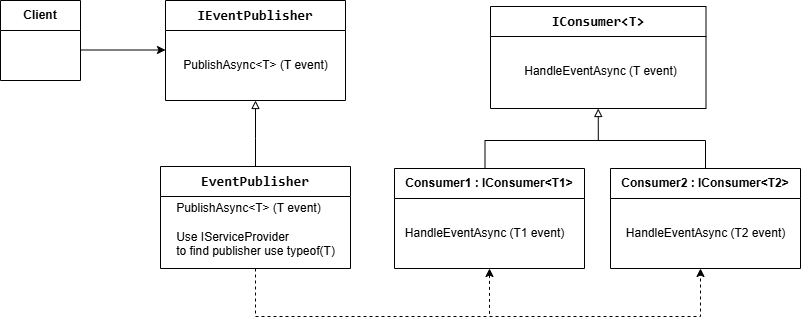
hoanganh1029/AVH.DesignPattern keeps this draw.io diagram as images/Observer.png. Above is the earlier version. Source tidied: cells renumbered, new cells last; positions are measured from the earlier drawing's top-left corner, leaving out a move shared by most shapes. Its diagram source:
```xml
<mxGraphModel>
  <root>
    <mxCell id="0" />
    <mxCell id="1" parent="0" />
    <mxCell id="2" value="&lt;div style=&quot;font-family: Consolas, &amp;quot;Courier New&amp;quot;, monospace; font-size: 14px; line-height: 19px; white-space: pre;&quot;&gt;IConsumer&amp;lt;T&amp;gt;&lt;/div&gt;" style="swimlane;whiteSpace=wrap;html=1;startSize=30;swimlaneFillColor=none;fontColor=default;labelBackgroundColor=none;" parent="1" vertex="1">
      <mxGeometry x="490" y="6" width="215.5" height="102" as="geometry" />
    </mxCell>
    <mxCell id="3" value="HandleEventAsync (T event&lt;span style=&quot;background-color: initial;&quot;&gt;)&lt;/span&gt;" style="text;html=1;align=center;verticalAlign=middle;strokeColor=none;fillColor=none;" parent="2" vertex="1">
      <mxGeometry x="20" y="50" width="180" height="30" as="geometry" />
    </mxCell>
    <mxCell id="4" value="&lt;div style=&quot;font-family: Consolas, &amp;quot;Courier New&amp;quot;, monospace; font-size: 14px; line-height: 19px; white-space: pre;&quot;&gt;IEvent&lt;span style=&quot;background-color: initial;&quot;&gt;Publisher&lt;/span&gt;&lt;/div&gt;" style="swimlane;whiteSpace=wrap;html=1;startSize=30;swimlaneFillColor=none;fontColor=default;labelBackgroundColor=none;" parent="1" vertex="1">
      <mxGeometry x="165" width="180" height="100" as="geometry" />
    </mxCell>
    <mxCell id="5" value="PublishAsync&amp;lt;T&amp;gt; (T event)" style="text;html=1;align=center;verticalAlign=middle;strokeColor=none;fillColor=none;" parent="4" vertex="1">
      <mxGeometry x="5" y="50" width="170" height="30" as="geometry" />
    </mxCell>
    <mxCell id="6" style="edgeStyle=orthogonalEdgeStyle;rounded=0;jettySize=auto;html=1;dashed=1;exitX=0.5;exitY=1;exitDx=0;exitDy=0;" parent="1" edge="1" source="7">
      <mxGeometry relative="1" as="geometry">
        <mxPoint x="700" y="268" as="targetPoint" />
        <Array as="points">
          <mxPoint x="255" y="316" />
          <mxPoint x="700" y="316" />
        </Array>
      </mxGeometry>
    </mxCell>
    <mxCell id="7" value="&lt;div style=&quot;font-family: Consolas, &amp;quot;Courier New&amp;quot;, monospace; font-size: 14px; line-height: 19px; white-space: pre;&quot;&gt;&lt;span style=&quot;background-color: initial;&quot;&gt;Event&lt;/span&gt;&lt;span style=&quot;background-color: initial;&quot;&gt;Publisher&lt;/span&gt;&lt;/div&gt;" style="swimlane;whiteSpace=wrap;html=1;startSize=30;swimlaneFillColor=none;fontColor=default;labelBackgroundColor=none;" parent="1" vertex="1">
      <mxGeometry x="160" y="166" width="190" height="102" as="geometry" />
    </mxCell>
    <mxCell id="8" value="&lt;div style=&quot;text-align: left;&quot;&gt;&lt;span style=&quot;background-color: initial; text-align: center;&quot;&gt;PublishAsync&amp;lt;T&amp;gt; (T event)&lt;/span&gt;&lt;/div&gt;&lt;div style=&quot;text-align: left;&quot;&gt;&lt;div&gt;&lt;span style=&quot;background-color: initial;&quot;&gt;&lt;br&gt;&lt;/span&gt;&lt;/div&gt;&lt;div&gt;&lt;span style=&quot;background-color: initial;&quot;&gt;Use IServiceProvider&amp;nbsp;&lt;/span&gt;&lt;/div&gt;&lt;div&gt;to find publisher use typeof(T)&lt;/div&gt;&lt;/div&gt;" style="text;html=1;align=center;verticalAlign=middle;strokeColor=none;fillColor=none;" parent="7" vertex="1">
      <mxGeometry x="5" y="28" width="180" height="70" as="geometry" />
    </mxCell>
    <mxCell id="9" style="edgeStyle=orthogonalEdgeStyle;rounded=0;jettySize=auto;html=1;endArrow=block;endFill=0;exitX=0.5;exitY=0;exitDx=0;exitDy=0;entryX=0.5;entryY=1;entryDx=0;entryDy=0;" parent="1" edge="1" source="7" target="4">
      <mxGeometry relative="1" as="geometry">
        <Array as="points">
          <mxPoint x="255" y="138" />
          <mxPoint x="255" y="138" />
        </Array>
      </mxGeometry>
    </mxCell>
    <mxCell id="10" style="edgeStyle=orthogonalEdgeStyle;rounded=0;jettySize=auto;html=1;endArrow=none;endFill=0;" parent="1" edge="1" source="14">
      <mxGeometry relative="1" as="geometry">
        <mxPoint x="600" y="140" as="targetPoint" />
        <Array as="points">
          <mxPoint x="484.5" y="140" />
        </Array>
      </mxGeometry>
    </mxCell>
    <mxCell id="11" style="edgeStyle=orthogonalEdgeStyle;rounded=0;jettySize=auto;html=1;endArrow=block;endFill=0;exitX=0.5;exitY=0;exitDx=0;exitDy=0;entryX=0.5;entryY=1;entryDx=0;entryDy=0;" parent="1" edge="1" source="12" target="2">
      <mxGeometry relative="1" as="geometry">
        <Array as="points">
          <mxPoint x="705" y="140" />
          <mxPoint x="598" y="140" />
        </Array>
      </mxGeometry>
    </mxCell>
    <mxCell id="12" value="Consumer2 : IConsumer&amp;lt;T2&amp;gt;" style="swimlane;whiteSpace=wrap;html=1;startSize=30;" parent="1" vertex="1">
      <mxGeometry x="610" y="168" width="190" height="100" as="geometry" />
    </mxCell>
    <mxCell id="13" value="HandleEventAsync (T2&lt;span style=&quot;background-color: initial;&quot;&gt;&amp;nbsp;event)&lt;/span&gt;" style="text;html=1;align=center;verticalAlign=middle;points=[];strokeColor=none;fillColor=none;" parent="12" vertex="1">
      <mxGeometry x="5" y="50" width="180" height="30" as="geometry" />
    </mxCell>
    <mxCell id="14" value="Consumer1 : IConsumer&amp;lt;T1&amp;gt;" style="swimlane;whiteSpace=wrap;html=1;startSize=30;" parent="1" vertex="1">
      <mxGeometry x="394" y="168" width="190" height="100" as="geometry" />
    </mxCell>
    <mxCell id="15" value="HandleEventAsync (T1 event&lt;span style=&quot;background-color: initial;&quot;&gt;)&lt;/span&gt;" style="text;html=1;align=center;verticalAlign=middle;strokeColor=none;fillColor=none;" parent="14" vertex="1">
      <mxGeometry y="50" width="180" height="30" as="geometry" />
    </mxCell>
    <mxCell id="16" style="endArrow=none;dashed=1;html=1;rounded=0;startArrow=classic;startFill=1;exitX=0.5;exitY=1;exitDx=0;exitDy=0;" parent="1" edge="1" source="14">
      <mxGeometry relative="1" as="geometry">
        <mxPoint x="489" y="316" as="targetPoint" />
      </mxGeometry>
    </mxCell>
    <mxCell id="17" value="Client" style="swimlane;whiteSpace=wrap;html=1;startSize=30;" parent="1" vertex="1">
      <mxGeometry width="80" height="80" as="geometry" />
    </mxCell>
    <mxCell id="18" style="edgeStyle=orthogonalEdgeStyle;rounded=0;orthogonalLoop=1;jettySize=auto;html=1;" parent="1" edge="1">
      <mxGeometry relative="1" as="geometry">
        <mxPoint x="81" y="49.5" as="sourcePoint" />
        <mxPoint x="165" y="49.5" as="targetPoint" />
      </mxGeometry>
    </mxCell>
  </root>
</mxGraphModel>
```
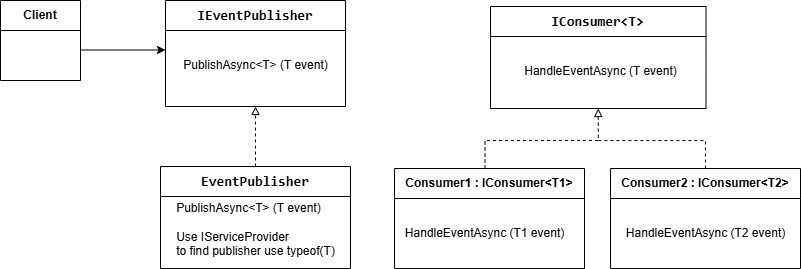
Later version of the same file.

Diff of the diagram source:
```diff
@@ -9,75 +9,61 @@
       <mxGeometry x="20" y="50" width="180" height="30" as="geometry" />
     </mxCell>
     <mxCell id="4" value="&lt;div style=&quot;font-family: Consolas, &amp;quot;Courier New&amp;quot;, monospace; font-size: 14px; line-height: 19px; white-space: pre;&quot;&gt;IEvent&lt;span style=&quot;background-color: initial;&quot;&gt;Publisher&lt;/span&gt;&lt;/div&gt;" style="swimlane;whiteSpace=wrap;html=1;startSize=30;swimlaneFillColor=none;fontColor=default;labelBackgroundColor=none;" parent="1" vertex="1">
-      <mxGeometry x="165" width="180" height="100" as="geometry" />
+      <mxGeometry x="165" width="180" height="106" as="geometry" />
     </mxCell>
     <mxCell id="5" value="PublishAsync&amp;lt;T&amp;gt; (T event)" style="text;html=1;align=center;verticalAlign=middle;strokeColor=none;fillColor=none;" parent="4" vertex="1">
       <mxGeometry x="5" y="50" width="170" height="30" as="geometry" />
     </mxCell>
-    <mxCell id="6" style="edgeStyle=orthogonalEdgeStyle;rounded=0;jettySize=auto;html=1;dashed=1;exitX=0.5;exitY=1;exitDx=0;exitDy=0;" parent="1" edge="1" source="7">
-      <mxGeometry relative="1" as="geometry">
-        <mxPoint x="700" y="268" as="targetPoint" />
-        <Array as="points">
-          <mxPoint x="255" y="316" />
-          <mxPoint x="700" y="316" />
-        </Array>
-      </mxGeometry>
+    <mxCell id="6" value="&lt;div style=&quot;font-family: Consolas, &amp;quot;Courier New&amp;quot;, monospace; font-size: 14px; line-height: 19px; white-space: pre;&quot;&gt;&lt;span style=&quot;background-color: initial;&quot;&gt;Event&lt;/span&gt;&lt;span style=&quot;background-color: initial;&quot;&gt;Publisher&lt;/span&gt;&lt;/div&gt;" style="swimlane;whiteSpace=wrap;html=1;startSize=30;swimlaneFillColor=none;fontColor=default;labelBackgroundColor=none;" parent="1" vertex="1">
+      <mxGeometry x="160" y="166" width="190" height="102" as="geometry" />
     </mxCell>
-    <mxCell id="7" value="&lt;div style=&quot;font-family: Consolas, &amp;quot;Courier New&amp;quot;, monospace; font-size: 14px; line-height: 19px; white-space: pre;&quot;&gt;&lt;span style=&quot;background-color: initial;&quot;&gt;Event&lt;/span&gt;&lt;span style=&quot;background-color: initial;&quot;&gt;Publisher&lt;/span&gt;&lt;/div&gt;" style="swimlane;whiteSpace=wrap;html=1;startSize=30;swimlaneFillColor=none;fontColor=default;labelBackgroundColor=none;" parent="1" vertex="1">
-      <mxGeometry x="160" y="166" width="190" height="102" as="geometry" />
+    <mxCell id="7" value="&lt;div style=&quot;text-align: left;&quot;&gt;&lt;span style=&quot;background-color: initial; text-align: center;&quot;&gt;PublishAsync&amp;lt;T&amp;gt; (T event)&lt;/span&gt;&lt;/div&gt;&lt;div style=&quot;text-align: left;&quot;&gt;&lt;div&gt;&lt;span style=&quot;background-color: initial;&quot;&gt;&lt;br&gt;&lt;/span&gt;&lt;/div&gt;&lt;div&gt;&lt;span style=&quot;background-color: initial;&quot;&gt;Use IServiceProvider&amp;nbsp;&lt;/span&gt;&lt;/div&gt;&lt;div&gt;to find publisher use typeof(T)&lt;/div&gt;&lt;/div&gt;" style="text;html=1;align=center;verticalAlign=middle;points=[];strokeColor=none;fillColor=none;" parent="6" vertex="1">
+      <mxGeometry x="5" y="28" width="180" height="70" as="geometry" />
     </mxCell>
-    <mxCell id="8" value="&lt;div style=&quot;text-align: left;&quot;&gt;&lt;span style=&quot;background-color: initial; text-align: center;&quot;&gt;PublishAsync&amp;lt;T&amp;gt; (T event)&lt;/span&gt;&lt;/div&gt;&lt;div style=&quot;text-align: left;&quot;&gt;&lt;div&gt;&lt;span style=&quot;background-color: initial;&quot;&gt;&lt;br&gt;&lt;/span&gt;&lt;/div&gt;&lt;div&gt;&lt;span style=&quot;background-color: initial;&quot;&gt;Use IServiceProvider&amp;nbsp;&lt;/span&gt;&lt;/div&gt;&lt;div&gt;to find publisher use typeof(T)&lt;/div&gt;&lt;/div&gt;" style="text;html=1;align=center;verticalAlign=middle;strokeColor=none;fillColor=none;" parent="7" vertex="1">
-      <mxGeometry x="5" y="28" width="180" height="70" as="geometry" />
+    <mxCell id="8" style="edgeStyle=orthogonalEdgeStyle;rounded=0;jettySize=auto;html=1;endArrow=block;endFill=0;exitX=0.5;exitY=0;exitDx=0;exitDy=0;entryX=0.5;entryY=1;entryDx=0;entryDy=0;dashed=1;" parent="1" edge="1" source="6" target="4">
+      <mxGeometry relative="1" as="geometry">
+        <Array as="points">
+          <mxPoint x="255" y="138" />
+          <mxPoint x="255" y="138" />
+        </Array>
+      </mxGeometry>
     </mxCell>
-    <mxCell id="9" style="edgeStyle=orthogonalEdgeStyle;rounded=0;jettySize=auto;html=1;endArrow=block;endFill=0;exitX=0.5;exitY=0;exitDx=0;exitDy=0;entryX=0.5;entryY=1;entryDx=0;entryDy=0;" parent="1" edge="1" source="7" target="4">
+    <mxCell id="9" style="edgeStyle=orthogonalEdgeStyle;rounded=0;jettySize=auto;html=1;endArrow=none;endFill=0;dashed=1;" parent="1" edge="1" source="13">
       <mxGeometry relative="1" as="geometry">
+        <mxPoint x="600" y="140" as="targetPoint" />
         <Array as="points">
-          <mxPoint x="255" y="138" />
-          <mxPoint x="255" y="138" />
+          <mxPoint x="484.5" y="140" />
         </Array>
       </mxGeometry>
     </mxCell>
-    <mxCell id="10" style="edgeStyle=orthogonalEdgeStyle;rounded=0;jettySize=auto;html=1;endArrow=none;endFill=0;" parent="1" edge="1" source="14">
+    <mxCell id="10" style="edgeStyle=orthogonalEdgeStyle;rounded=0;jettySize=auto;html=1;endArrow=block;endFill=0;exitX=0.5;exitY=0;exitDx=0;exitDy=0;entryX=0.5;entryY=1;entryDx=0;entryDy=0;dashed=1;" parent="1" edge="1" source="11" target="2">
       <mxGeometry relative="1" as="geometry">
-        <mxPoint x="600" y="140" as="targetPoint" />
         <Array as="points">
-          <mxPoint x="484.5" y="140" />
+          <mxPoint x="705" y="140" />
+          <mxPoint x="598" y="140" />
         </Array>
       </mxGeometry>
     </mxCell>
-    <mxCell id="11" style="edgeStyle=orthogonalEdgeStyle;rounded=0;jettySize=auto;html=1;endArrow=block;endFill=0;exitX=0.5;exitY=0;exitDx=0;exitDy=0;entryX=0.5;entryY=1;entryDx=0;entryDy=0;" parent="1" edge="1" source="12" target="2">
-      <mxGeometry relative="1" as="geometry">
-        <Array as="points">
-          <mxPoint x="705" y="140" />
-          <mxPoint x="598" y="140" />
-        </Array>
-      </mxGeometry>
+    <mxCell id="11" value="Consumer2 : IConsumer&amp;lt;T2&amp;gt;" style="swimlane;whiteSpace=wrap;html=1;startSize=30;" parent="1" vertex="1">
+      <mxGeometry x="610" y="168" width="190" height="100" as="geometry" />
     </mxCell>
-    <mxCell id="12" value="Consumer2 : IConsumer&amp;lt;T2&amp;gt;" style="swimlane;whiteSpace=wrap;html=1;startSize=30;" parent="1" vertex="1">
-      <mxGeometry x="610" y="168" width="190" height="100" as="geometry" />
+    <mxCell id="12" value="HandleEventAsync (T2&lt;span style=&quot;background-color: initial;&quot;&gt;&amp;nbsp;event)&lt;/span&gt;" style="text;html=1;align=center;verticalAlign=middle;points=[];strokeColor=none;fillColor=none;" parent="11" vertex="1">
+      <mxGeometry x="5" y="50" width="180" height="30" as="geometry" />
     </mxCell>
-    <mxCell id="13" value="HandleEventAsync (T2&lt;span style=&quot;background-color: initial;&quot;&gt;&amp;nbsp;event)&lt;/span&gt;" style="text;html=1;align=center;verticalAlign=middle;points=[];strokeColor=none;fillColor=none;" parent="12" vertex="1">
-      <mxGeometry x="5" y="50" width="180" height="30" as="geometry" />
+    <mxCell id="13" value="Consumer1 : IConsumer&amp;lt;T1&amp;gt;" style="swimlane;whiteSpace=wrap;html=1;startSize=30;" parent="1" vertex="1">
+      <mxGeometry x="394" y="168" width="190" height="100" as="geometry" />
     </mxCell>
-    <mxCell id="14" value="Consumer1 : IConsumer&amp;lt;T1&amp;gt;" style="swimlane;whiteSpace=wrap;html=1;startSize=30;" parent="1" vertex="1">
-      <mxGeometry x="394" y="168" width="190" height="100" as="geometry" />
+    <mxCell id="14" value="HandleEventAsync (T1 event&lt;span style=&quot;background-color: initial;&quot;&gt;)&lt;/span&gt;" style="text;html=1;align=center;verticalAlign=middle;points=[];strokeColor=none;fillColor=none;" parent="13" vertex="1">
+      <mxGeometry y="50" width="180" height="30" as="geometry" />
     </mxCell>
-    <mxCell id="15" value="HandleEventAsync (T1 event&lt;span style=&quot;background-color: initial;&quot;&gt;)&lt;/span&gt;" style="text;html=1;align=center;verticalAlign=middle;strokeColor=none;fillColor=none;" parent="14" vertex="1">
-      <mxGeometry y="50" width="180" height="30" as="geometry" />
+    <mxCell id="15" value="Client" style="swimlane;whiteSpace=wrap;html=1;startSize=30;" parent="1" vertex="1">
+      <mxGeometry width="80" height="80" as="geometry" />
     </mxCell>
-    <mxCell id="16" style="endArrow=none;dashed=1;html=1;rounded=0;startArrow=classic;startFill=1;exitX=0.5;exitY=1;exitDx=0;exitDy=0;" parent="1" edge="1" source="14">
+    <mxCell id="16" style="edgeStyle=orthogonalEdgeStyle;rounded=0;orthogonalLoop=1;jettySize=auto;html=1;" parent="1" edge="1">
       <mxGeometry relative="1" as="geometry">
-        <mxPoint x="489" y="316" as="targetPoint" />
+        <mxPoint x="81" y="49.5" as="sourcePoint" />
+        <mxPoint x="165" y="49.5" as="targetPoint" />
       </mxGeometry>
     </mxCell>
-    <mxCell id="17" value="Client" style="swimlane;whiteSpace=wrap;html=1;startSize=30;" parent="1" vertex="1">
-      <mxGeometry width="80" height="80" as="geometry" />
-    </mxCell>
-    <mxCell id="18" style="edgeStyle=orthogonalEdgeStyle;rounded=0;orthogonalLoop=1;jettySize=auto;html=1;" parent="1" edge="1">
-      <mxGeometry relative="1" as="geometry">
-        <mxPoint x="81" y="49.5" as="sourcePoint" />
-        <mxPoint x="165" y="49.5" as="targetPoint" />
-      </mxGeometry>
-    </mxCell>
   </root>
 </mxGraphModel>
```
